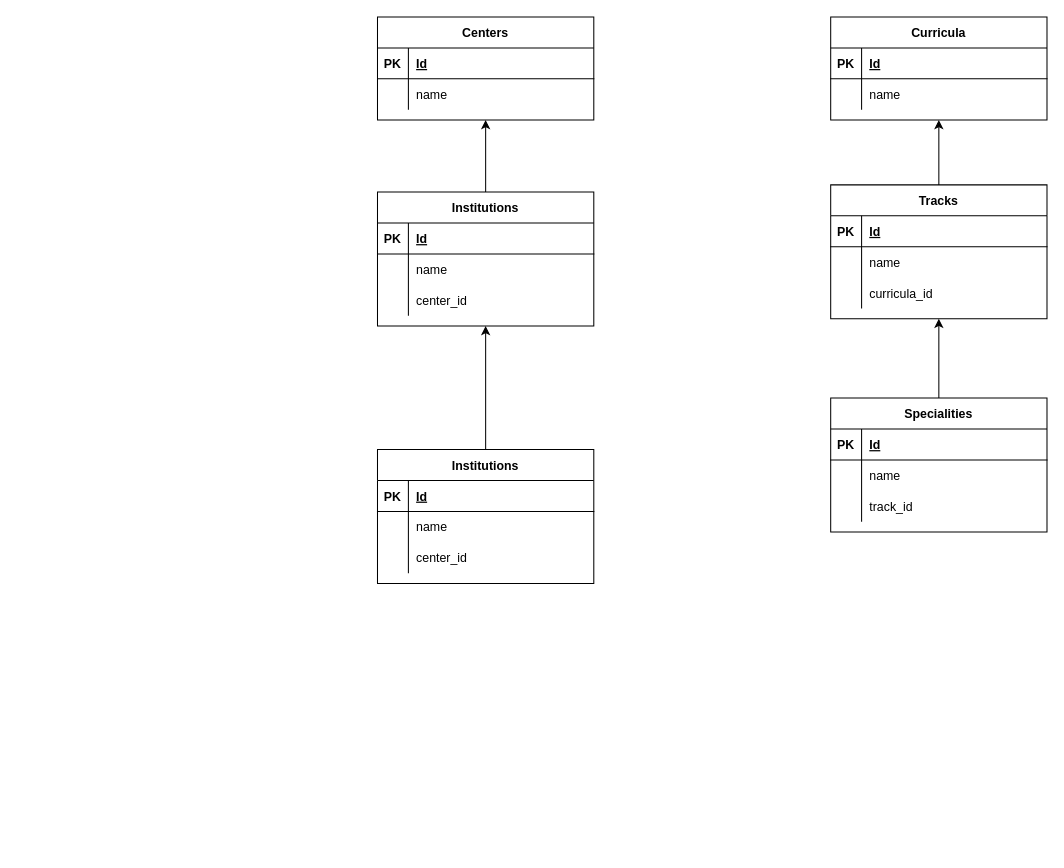
Before: Untitled Diagram.drawio in ymsaadi/use-context-test, a draw.io diagram. Source tidied: cells renumbered, new cells numbered last; positions are measured from the earlier drawing's top-left corner, leaving out a move shared by most shapes. Both pictures are drawn from the tidied source at 103%, with x=0, y=0 at pixel (377, 16).
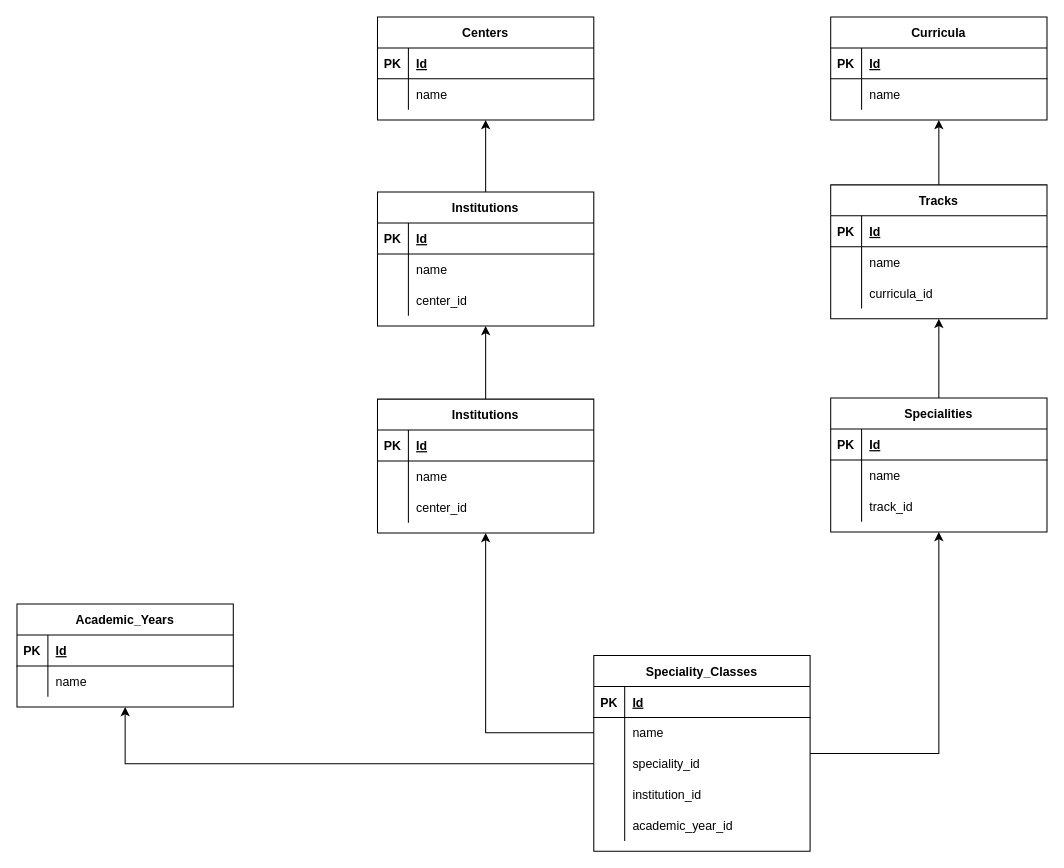
The same page after the edit.

The change refers to these unchanged cells:
```xml
<mxCell id="50" value="Specialities" style="shape=table;startSize=30;childLayout=tableLayout;rowLines=0;fontStyle=1;align=center;" parent="1" vertex="1">
  <mxGeometry x="440" y="370" width="210" height="130" as="geometry" />
</mxCell>
```

Diff of the diagram source:
```diff
@@
     <mxCell id="21" value="Institutions" style="shape=table;startSize=30;childLayout=tableLayout;rowLines=0;fontStyle=1;align=center;" parent="1" vertex="1">
-      <mxGeometry y="420" width="210" height="130" as="geometry" />
+      <mxGeometry y="371" width="210" height="130" as="geometry" />
     </mxCell>
@@
+    <mxCell id="60" style="edgeStyle=orthogonalEdgeStyle;rounded=0;jettySize=auto;html=1;" parent="1" edge="1" source="61" target="50">
+      <mxGeometry relative="1" as="geometry" />
+    </mxCell>
+    <mxCell id="61" value="Speciality_Classes" style="shape=table;startSize=30;childLayout=tableLayout;rowLines=0;fontStyle=1;align=center;" parent="1" vertex="1">
+      <mxGeometry x="210" y="620" width="210" height="190" as="geometry" />
+    </mxCell>
+    <mxCell id="62" style="shape=partialRectangle;fillColor=none;top=0;left=0;right=0;bottom=1;" parent="61" vertex="1">
+      <mxGeometry y="30" width="210" height="30" as="geometry" />
+    </mxCell>
+    <mxCell id="63" value="PK" style="shape=partialRectangle;overflow=hidden;fillColor=none;top=0;left=0;bottom=0;right=0;fontStyle=1;" parent="62" vertex="1">
+      <mxGeometry width="30" height="30" as="geometry" />
+    </mxCell>
+    <mxCell id="64" value="Id" style="shape=partialRectangle;overflow=hidden;fillColor=none;top=0;left=0;bottom=0;right=0;align=left;spacingLeft=6;fontStyle=5;" parent="62" vertex="1">
+      <mxGeometry x="30" width="180" height="30" as="geometry" />
+    </mxCell>
+    <mxCell id="65" style="shape=partialRectangle;fillColor=none;points=[[0,0.5],[1,0.5]];portConstraint=eastwest;top=0;left=0;right=0;bottom=0;" parent="61" vertex="1">
+      <mxGeometry y="60" width="210" height="30" as="geometry" />
+    </mxCell>
+    <mxCell id="66" style="shape=partialRectangle;overflow=hidden;fillColor=none;top=0;left=0;bottom=0;right=0;" parent="65" vertex="1">
+      <mxGeometry width="30" height="30" as="geometry" />
+    </mxCell>
+    <mxCell id="67" value="name" style="shape=partialRectangle;overflow=hidden;fillColor=none;top=0;left=0;bottom=0;right=0;align=left;spacingLeft=6;" parent="65" vertex="1">
+      <mxGeometry x="30" width="180" height="30" as="geometry" />
+    </mxCell>
+    <mxCell id="68" style="shape=partialRectangle;fillColor=none;points=[[0,0.5],[1,0.5]];portConstraint=eastwest;top=0;left=0;right=0;bottom=0;" parent="61" vertex="1">
+      <mxGeometry y="90" width="210" height="30" as="geometry" />
+    </mxCell>
+    <mxCell id="69" style="shape=partialRectangle;overflow=hidden;fillColor=none;top=0;left=0;bottom=0;right=0;" parent="68" vertex="1">
+      <mxGeometry width="30" height="30" as="geometry" />
+    </mxCell>
+    <mxCell id="70" value="speciality_id" style="shape=partialRectangle;overflow=hidden;fillColor=none;top=0;left=0;bottom=0;right=0;align=left;spacingLeft=6;" parent="68" vertex="1">
+      <mxGeometry x="30" width="180" height="30" as="geometry" />
+    </mxCell>
+    <mxCell id="71" style="shape=partialRectangle;fillColor=none;top=0;left=0;right=0;bottom=0;" parent="61" vertex="1">
+      <mxGeometry y="120" width="210" height="30" as="geometry" />
+    </mxCell>
+    <mxCell id="72" style="shape=partialRectangle;overflow=hidden;fillColor=none;top=0;left=0;bottom=0;right=0;" parent="71" vertex="1">
+      <mxGeometry width="30" height="30" as="geometry" />
+    </mxCell>
+    <mxCell id="73" value="institution_id" style="shape=partialRectangle;overflow=hidden;fillColor=none;top=0;left=0;bottom=0;right=0;align=left;spacingLeft=6;" parent="71" vertex="1">
+      <mxGeometry x="30" width="180" height="30" as="geometry" />
+    </mxCell>
+    <mxCell id="74" style="shape=partialRectangle;fillColor=none;top=0;left=0;right=0;bottom=0;" parent="61" vertex="1">
+      <mxGeometry y="150" width="210" height="30" as="geometry" />
+    </mxCell>
+    <mxCell id="75" style="shape=partialRectangle;overflow=hidden;fillColor=none;top=0;left=0;bottom=0;right=0;" parent="74" vertex="1">
+      <mxGeometry width="30" height="30" as="geometry" />
+    </mxCell>
+    <mxCell id="76" value="academic_year_id" style="shape=partialRectangle;overflow=hidden;fillColor=none;top=0;left=0;bottom=0;right=0;align=left;spacingLeft=6;" parent="74" vertex="1">
+      <mxGeometry x="30" width="180" height="30" as="geometry" />
+    </mxCell>
+    <mxCell id="77" style="edgeStyle=orthogonalEdgeStyle;rounded=0;jettySize=auto;html=1;" parent="1" edge="1" source="65" target="21">
+      <mxGeometry relative="1" as="geometry" />
+    </mxCell>
+    <mxCell id="78" value="Academic_Years" style="shape=table;startSize=30;childLayout=tableLayout;rowLines=0;fontStyle=1;align=center;" parent="1" vertex="1">
+      <mxGeometry x="-350" y="570" width="210" height="100" as="geometry" />
+    </mxCell>
+    <mxCell id="79" style="shape=partialRectangle;fillColor=none;top=0;left=0;right=0;bottom=1;" parent="78" vertex="1">
+      <mxGeometry y="30" width="210" height="30" as="geometry" />
+    </mxCell>
+    <mxCell id="80" value="PK" style="shape=partialRectangle;overflow=hidden;fillColor=none;top=0;left=0;bottom=0;right=0;fontStyle=1;" parent="79" vertex="1">
+      <mxGeometry width="30" height="30" as="geometry" />
+    </mxCell>
+    <mxCell id="81" value="Id" style="shape=partialRectangle;overflow=hidden;fillColor=none;top=0;left=0;bottom=0;right=0;align=left;spacingLeft=6;fontStyle=5;" parent="79" vertex="1">
+      <mxGeometry x="30" width="180" height="30" as="geometry" />
+    </mxCell>
+    <mxCell id="82" style="shape=partialRectangle;fillColor=none;top=0;left=0;right=0;bottom=0;" parent="78" vertex="1">
+      <mxGeometry y="60" width="210" height="30" as="geometry" />
+    </mxCell>
+    <mxCell id="83" style="shape=partialRectangle;overflow=hidden;fillColor=none;top=0;left=0;bottom=0;right=0;" parent="82" vertex="1">
+      <mxGeometry width="30" height="30" as="geometry" />
+    </mxCell>
+    <mxCell id="84" value="name" style="shape=partialRectangle;overflow=hidden;fillColor=none;top=0;left=0;bottom=0;right=0;align=left;spacingLeft=6;" parent="82" vertex="1">
+      <mxGeometry x="30" width="180" height="30" as="geometry" />
+    </mxCell>
+    <mxCell id="85" style="edgeStyle=orthogonalEdgeStyle;rounded=0;jettySize=auto;html=1;" parent="1" edge="1" source="68" target="78">
+      <mxGeometry relative="1" as="geometry" />
+    </mxCell>
```
